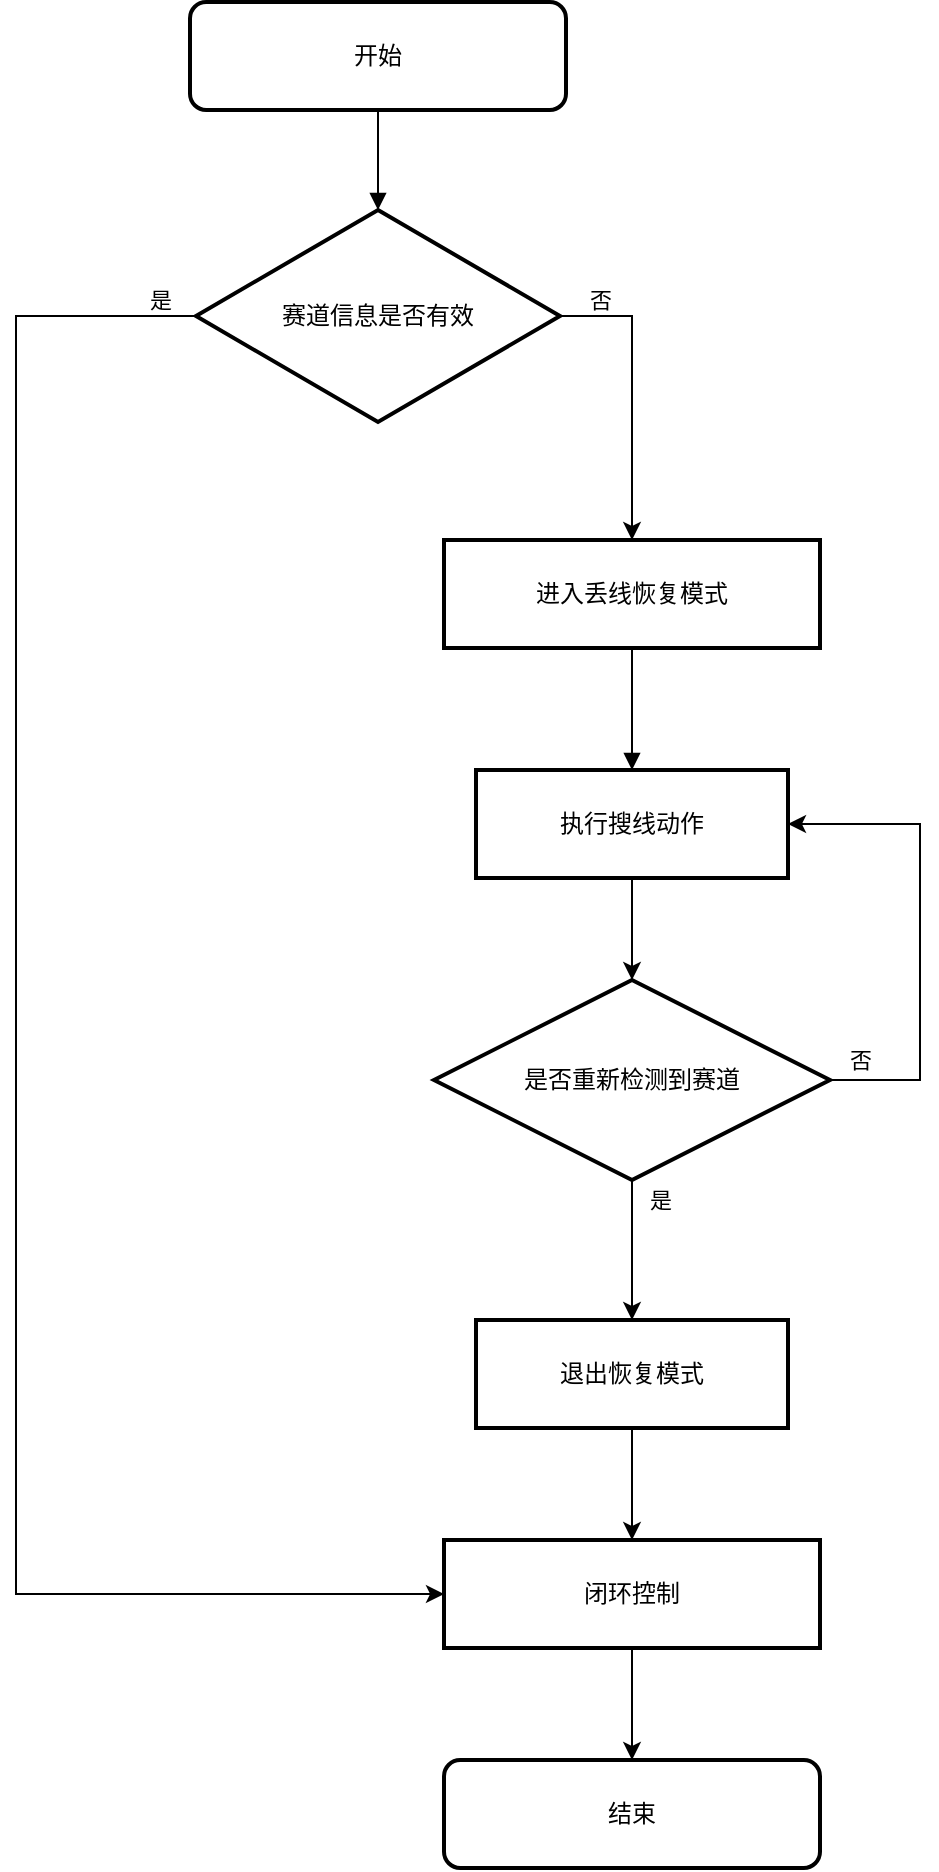
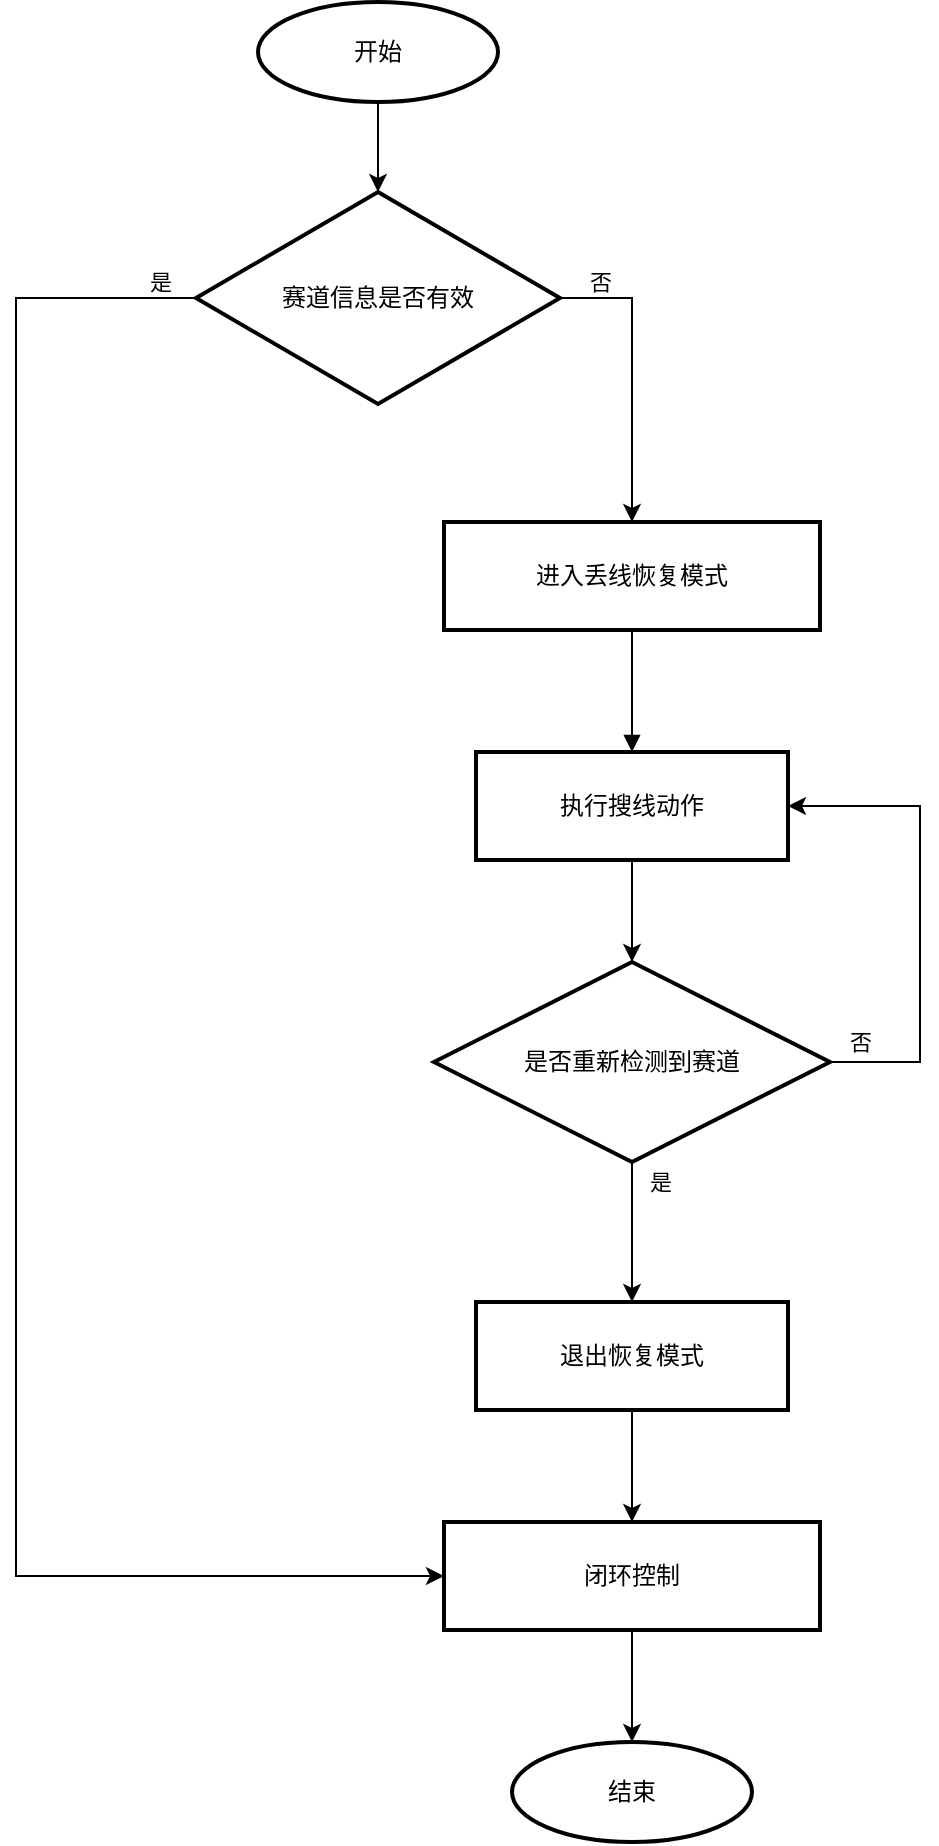
<mxfile host="app.diagrams.net">
  <diagram name="第 1 页" id="FSt479wwhXZQIxWG6IBh">
-     <mxGraphModel dx="857" dy="479" grid="1" gridSize="10" guides="1" tooltips="1" connect="1" arrows="1" fold="1" page="1" pageScale="1" pageWidth="827" pageHeight="1169" math="0" shadow="0">
+     <mxGraphModel dx="2020" dy="1130" grid="1" gridSize="10" guides="1" tooltips="1" connect="1" arrows="1" fold="1" page="1" pageScale="1" pageWidth="827" pageHeight="1169" math="0" shadow="0">
      <root>
        <mxCell id="0" />
        <mxCell id="1" parent="0" />
        <mxCell id="T3tHhPxtqn0_50OSmm_h-60" edge="1" parent="1" source="T3tHhPxtqn0_50OSmm_h-42" style="edgeStyle=orthogonalEdgeStyle;rounded=0;orthogonalLoop=1;jettySize=auto;html=1;entryX=0.5;entryY=0;entryDx=0;entryDy=0;" target="T3tHhPxtqn0_50OSmm_h-45">
          <mxGeometry relative="1" as="geometry">
            <Array as="points">
              <mxPoint x="496" y="178" />
            </Array>
          </mxGeometry>
        </mxCell>
        <mxCell id="T3tHhPxtqn0_50OSmm_h-61" connectable="0" parent="T3tHhPxtqn0_50OSmm_h-60" style="edgeLabel;html=1;align=center;verticalAlign=middle;resizable=0;points=[];" value="否" vertex="1">
          <mxGeometry relative="1" x="-0.7766" y="3" as="geometry">
            <mxPoint x="3" y="-5" as="offset" />
          </mxGeometry>
        </mxCell>
        <mxCell id="T3tHhPxtqn0_50OSmm_h-62" edge="1" parent="1" source="T3tHhPxtqn0_50OSmm_h-42" style="edgeStyle=orthogonalEdgeStyle;rounded=0;orthogonalLoop=1;jettySize=auto;html=1;entryX=0;entryY=0.5;entryDx=0;entryDy=0;" target="T3tHhPxtqn0_50OSmm_h-49">
          <mxGeometry relative="1" as="geometry">
            <Array as="points">
              <mxPoint x="188" y="178" />
              <mxPoint x="188" y="817" />
            </Array>
            <mxPoint x="188" y="789.9999999999998" as="targetPoint" />
          </mxGeometry>
        </mxCell>
        <mxCell id="oZC3OOgqnNXRfj2_iYg0-1" connectable="0" parent="T3tHhPxtqn0_50OSmm_h-62" style="edgeLabel;html=1;align=center;verticalAlign=middle;resizable=0;points=[];" value="是" vertex="1">
          <mxGeometry relative="1" x="-0.9428" y="1" as="geometry">
            <mxPoint x="9" y="-9" as="offset" />
          </mxGeometry>
        </mxCell>
        <mxCell id="T3tHhPxtqn0_50OSmm_h-42" parent="1" style="rhombus;strokeWidth=2;whiteSpace=wrap;fillColor=none;" value="赛道信息是否有效" vertex="1">
          <mxGeometry height="106" width="182" x="278" y="125" as="geometry" />
        </mxCell>
        <mxCell id="T3tHhPxtqn0_50OSmm_h-45" parent="1" style="whiteSpace=wrap;strokeWidth=2;fillColor=none;" value="进入丢线恢复模式" vertex="1">
          <mxGeometry height="54" width="188" x="402" y="290" as="geometry" />
        </mxCell>
        <mxCell id="T3tHhPxtqn0_50OSmm_h-63" edge="1" parent="1" source="T3tHhPxtqn0_50OSmm_h-46" style="edgeStyle=orthogonalEdgeStyle;rounded=0;orthogonalLoop=1;jettySize=auto;html=1;" target="T3tHhPxtqn0_50OSmm_h-47" value="">
          <mxGeometry relative="1" as="geometry" />
        </mxCell>
        <mxCell id="T3tHhPxtqn0_50OSmm_h-46" parent="1" style="whiteSpace=wrap;strokeWidth=2;fillColor=none;" value="执行搜线动作" vertex="1">
          <mxGeometry height="54" width="156" x="418" y="405" as="geometry" />
        </mxCell>
        <mxCell id="T3tHhPxtqn0_50OSmm_h-64" edge="1" parent="1" source="T3tHhPxtqn0_50OSmm_h-47" style="edgeStyle=orthogonalEdgeStyle;rounded=0;orthogonalLoop=1;jettySize=auto;html=1;entryX=1;entryY=0.5;entryDx=0;entryDy=0;" target="T3tHhPxtqn0_50OSmm_h-46" value="否">
          <mxGeometry relative="1" x="-0.8745" y="10" as="geometry">
            <mxPoint as="offset" />
            <Array as="points">
              <mxPoint x="640" y="560" />
              <mxPoint x="640" y="432" />
            </Array>
          </mxGeometry>
        </mxCell>
        <mxCell id="T3tHhPxtqn0_50OSmm_h-65" edge="1" parent="1" source="T3tHhPxtqn0_50OSmm_h-47" style="edgeStyle=orthogonalEdgeStyle;rounded=0;orthogonalLoop=1;jettySize=auto;html=1;" target="T3tHhPxtqn0_50OSmm_h-48" value="">
          <mxGeometry relative="1" as="geometry" />
        </mxCell>
        <mxCell id="T3tHhPxtqn0_50OSmm_h-66" connectable="0" parent="T3tHhPxtqn0_50OSmm_h-65" style="edgeLabel;html=1;align=center;verticalAlign=middle;resizable=0;points=[];" value="是" vertex="1">
          <mxGeometry relative="1" x="-0.2069" y="-1" as="geometry">
            <mxPoint x="15" y="-18" as="offset" />
          </mxGeometry>
        </mxCell>
        <mxCell id="T3tHhPxtqn0_50OSmm_h-47" parent="1" style="rhombus;strokeWidth=2;whiteSpace=wrap;fillColor=none;" value="是否重新检测到赛道" vertex="1">
          <mxGeometry height="100" width="198" x="397" y="510" as="geometry" />
        </mxCell>
        <mxCell id="T3tHhPxtqn0_50OSmm_h-67" edge="1" parent="1" source="T3tHhPxtqn0_50OSmm_h-48" style="edgeStyle=orthogonalEdgeStyle;rounded=0;orthogonalLoop=1;jettySize=auto;html=1;" target="T3tHhPxtqn0_50OSmm_h-49" value="">
          <mxGeometry relative="1" as="geometry" />
        </mxCell>
        <mxCell id="T3tHhPxtqn0_50OSmm_h-48" parent="1" style="whiteSpace=wrap;strokeWidth=2;fillColor=none;" value="退出恢复模式" vertex="1">
          <mxGeometry height="54" width="156" x="418" y="680" as="geometry" />
        </mxCell>
        <mxCell id="T3tHhPxtqn0_50OSmm_h-71" edge="1" parent="1" source="T3tHhPxtqn0_50OSmm_h-49" style="edgeStyle=orthogonalEdgeStyle;rounded=0;orthogonalLoop=1;jettySize=auto;html=1;" value="">
          <mxGeometry relative="1" as="geometry">
            <mxPoint x="496" y="900" as="targetPoint" />
          </mxGeometry>
        </mxCell>
        <mxCell id="T3tHhPxtqn0_50OSmm_h-49" parent="1" style="whiteSpace=wrap;strokeWidth=2;fillColor=none;" value="闭环控制" vertex="1">
          <mxGeometry height="54" width="188" x="402" y="790" as="geometry" />
        </mxCell>
-         <mxCell id="T3tHhPxtqn0_50OSmm_h-50" edge="1" parent="1" style="curved=1;startArrow=none;endArrow=block;exitX=0.5;exitY=1;entryX=0.5;entryY=0;rounded=0;" target="T3tHhPxtqn0_50OSmm_h-42" value="">
-           <mxGeometry relative="1" as="geometry">
-             <Array as="points" />
-             <mxPoint x="369" y="75" as="sourcePoint" />
-           </mxGeometry>
-         </mxCell>
        <mxCell id="T3tHhPxtqn0_50OSmm_h-54" edge="1" parent="1" source="T3tHhPxtqn0_50OSmm_h-45" style="curved=1;startArrow=none;endArrow=block;exitX=0.5;exitY=1;entryX=0.5;entryY=0;rounded=0;" target="T3tHhPxtqn0_50OSmm_h-46" value="">
          <mxGeometry relative="1" as="geometry">
            <Array as="points" />
          </mxGeometry>
        </mxCell>
-         <mxCell id="PWFWtbltoUu292U8LSIP-1" parent="1" style="rounded=1;whiteSpace=wrap;html=1;fillColor=none;strokeWidth=2;" value="开始" vertex="1">
-           <mxGeometry height="54" width="188" x="275" y="21" as="geometry" />
+         <mxCell id="i4FZe3LNVFUZJ3x8ogXq-2" edge="1" parent="1" source="i4FZe3LNVFUZJ3x8ogXq-1" style="edgeStyle=orthogonalEdgeStyle;rounded=0;orthogonalLoop=1;jettySize=auto;html=1;" target="T3tHhPxtqn0_50OSmm_h-42" value="">
+           <mxGeometry relative="1" as="geometry" />
        </mxCell>
-         <mxCell id="PWFWtbltoUu292U8LSIP-2" parent="1" style="rounded=1;whiteSpace=wrap;html=1;fillColor=none;strokeWidth=2;" value="结束" vertex="1">
-           <mxGeometry height="54" width="188" x="402" y="900" as="geometry" />
+         <mxCell id="i4FZe3LNVFUZJ3x8ogXq-1" parent="1" style="strokeWidth=2;html=1;shape=mxgraph.flowchart.start_1;whiteSpace=wrap;fillColor=none;" value="开始" vertex="1">
+           <mxGeometry height="50" width="120" x="309" y="30" as="geometry" />
+         </mxCell>
+         <mxCell id="i4FZe3LNVFUZJ3x8ogXq-3" parent="1" style="strokeWidth=2;html=1;shape=mxgraph.flowchart.start_1;whiteSpace=wrap;fillColor=none;" value="结束" vertex="1">
+           <mxGeometry height="50" width="120" x="436" y="900" as="geometry" />
        </mxCell>
      </root>
    </mxGraphModel>
  </diagram>
</mxfile>
